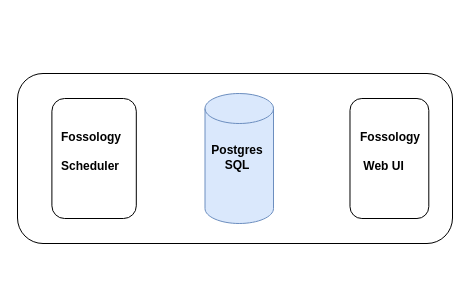
Above: Untitled Diagram.drawio in nminhquang/docker-gerrit (draw.io), before the change. Source tidied: cells renumbered, new cells numbered last; positions are measured from the earlier drawing's top-left corner, leaving out a move shared by most shapes. Both pictures are drawn from the tidied source at 100%, with x=0, y=0 at pixel (34, -59).
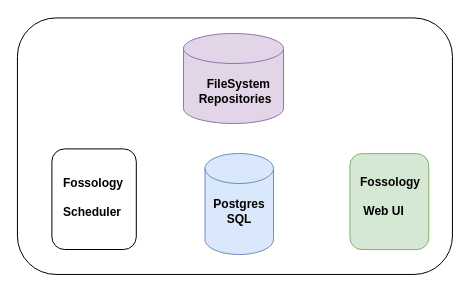
The same diagram, later.

The edit, as a diff of the source:
```diff
@@
 <mxGraphModel>
   <root>
     <mxCell id="0" />
     <mxCell id="1" parent="0" />
     <mxCell id="2" style="rounded=1;whiteSpace=wrap;html=1;rotation=90;" parent="1" vertex="1">
-      <mxGeometry x="115.5" y="-0.5" width="170" height="435" as="geometry" />
+      <mxGeometry x="72.2" y="-12.8" width="256.5" height="435" as="geometry" />
     </mxCell>
     <mxCell id="3" style="rounded=1;whiteSpace=wrap;html=1;rotation=90;" parent="1" vertex="1">
-      <mxGeometry x="-0.4" y="174.8" width="120" height="84.4" as="geometry" />
+      <mxGeometry x="9.3" y="215.5" width="100.6" height="84.4" as="geometry" />
     </mxCell>
-    <mxCell id="4" style="rounded=1;whiteSpace=wrap;html=1;rotation=90;" parent="1" vertex="1">
-      <mxGeometry x="294.9" y="177.6" width="120" height="78.8" as="geometry" />
+    <mxCell id="4" style="rounded=1;whiteSpace=wrap;html=1;rotation=90;fillColor=#d5e8d4;strokeColor=#82b366;" parent="1" vertex="1">
+      <mxGeometry x="306.9" y="220.7" width="95.9" height="78.8" as="geometry" />
     </mxCell>
     <mxCell id="5" style="shape=cylinder2;whiteSpace=wrap;html=1;boundedLbl=1;backgroundOutline=1;size=15;fillColor=#dae8fc;strokeColor=#6c8ebf;" parent="1" vertex="1">
-      <mxGeometry x="170.5" y="152" width="68.5" height="130" as="geometry" />
+      <mxGeometry x="170.5" y="212" width="68.5" height="101" as="geometry" />
     </mxCell>
     <mxCell id="6" value="&lt;div&gt;&lt;b&gt;Postgres&lt;/b&gt;&lt;/div&gt;&lt;div&gt;&lt;b&gt;SQL&lt;br&gt;&lt;/b&gt;&lt;/div&gt;" style="text;html=1;strokeColor=none;fillColor=none;align=center;verticalAlign=middle;whiteSpace=wrap;rounded=0;" parent="1" vertex="1">
-      <mxGeometry x="182.5" y="206" width="40" height="20" as="geometry" />
+      <mxGeometry x="184.5" y="260" width="40" height="20" as="geometry" />
     </mxCell>
     <mxCell id="7" value="&lt;div align=&quot;justify&quot;&gt;&lt;b&gt;Fossology&lt;/b&gt;&lt;/div&gt;&lt;div align=&quot;justify&quot;&gt;&lt;b&gt;&lt;br&gt;&lt;/b&gt;&lt;/div&gt;&lt;div align=&quot;justify&quot;&gt;&lt;b&gt;Scheduler&lt;/b&gt;&lt;/div&gt;" style="text;html=1;strokeColor=none;fillColor=none;align=center;verticalAlign=middle;whiteSpace=wrap;rounded=0;" parent="1" vertex="1">
-      <mxGeometry x="36.5" y="200" width="40" height="20" as="geometry" />
+      <mxGeometry x="38.5" y="246" width="40" height="20" as="geometry" />
     </mxCell>
     <mxCell id="8" value="&lt;div align=&quot;justify&quot;&gt;&lt;b&gt;Fossology&lt;/b&gt;&lt;/div&gt;&lt;div align=&quot;justify&quot;&gt;&lt;b&gt;&lt;br&gt;&lt;/b&gt;&lt;/div&gt;&lt;div align=&quot;justify&quot;&gt;&lt;b&gt;&amp;nbsp;Web UI&lt;/b&gt;&lt;/div&gt;" style="text;html=1;strokeColor=none;fillColor=none;align=center;verticalAlign=middle;whiteSpace=wrap;rounded=0;" parent="1" vertex="1">
-      <mxGeometry x="328" y="200" width="56" height="20" as="geometry" />
+      <mxGeometry x="328" y="245" width="56" height="20" as="geometry" />
     </mxCell>
+    <mxCell id="9" style="shape=cylinder2;whiteSpace=wrap;html=1;boundedLbl=1;backgroundOutline=1;size=15;fillColor=#e1d5e7;strokeColor=#9673a6;" parent="1" vertex="1">
+      <mxGeometry x="149" y="92" width="100" height="90" as="geometry" />
+    </mxCell>
+    <mxCell id="10" value="&lt;div&gt;&lt;b&gt;&amp;nbsp; FileSystem&lt;/b&gt;&lt;/div&gt;&lt;div&gt;&lt;b&gt;Repositories&lt;br&gt;&lt;/b&gt;&lt;/div&gt;" style="text;html=1;strokeColor=none;fillColor=none;align=center;verticalAlign=middle;whiteSpace=wrap;rounded=0;" parent="1" vertex="1">
+      <mxGeometry x="181" y="140" width="40" height="20" as="geometry" />
+    </mxCell>
   </root>
 </mxGraphModel>
```
